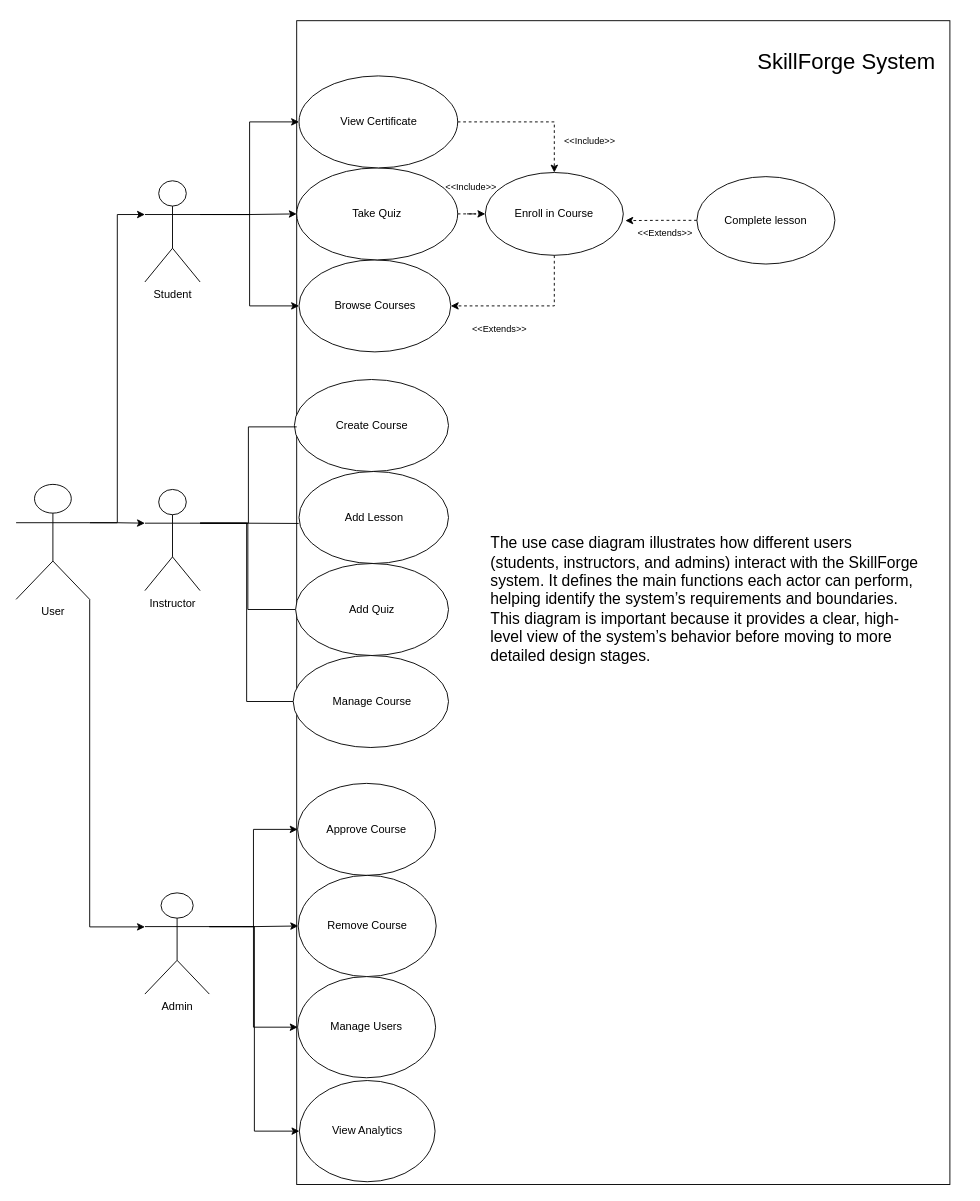
The draw.io diagram drawio/Lab 6 - Use Case.drawio in Mohsen-Amr-Ali/Programming-II-Lab6, before the edit. Source tidied: cells renumbered, new cells numbered last; positions are measured from the earlier drawing's top-left corner, leaving out a move shared by most shapes. Both pictures are drawn from the tidied source at 92%, with x=0, y=0 at pixel (16, 16).
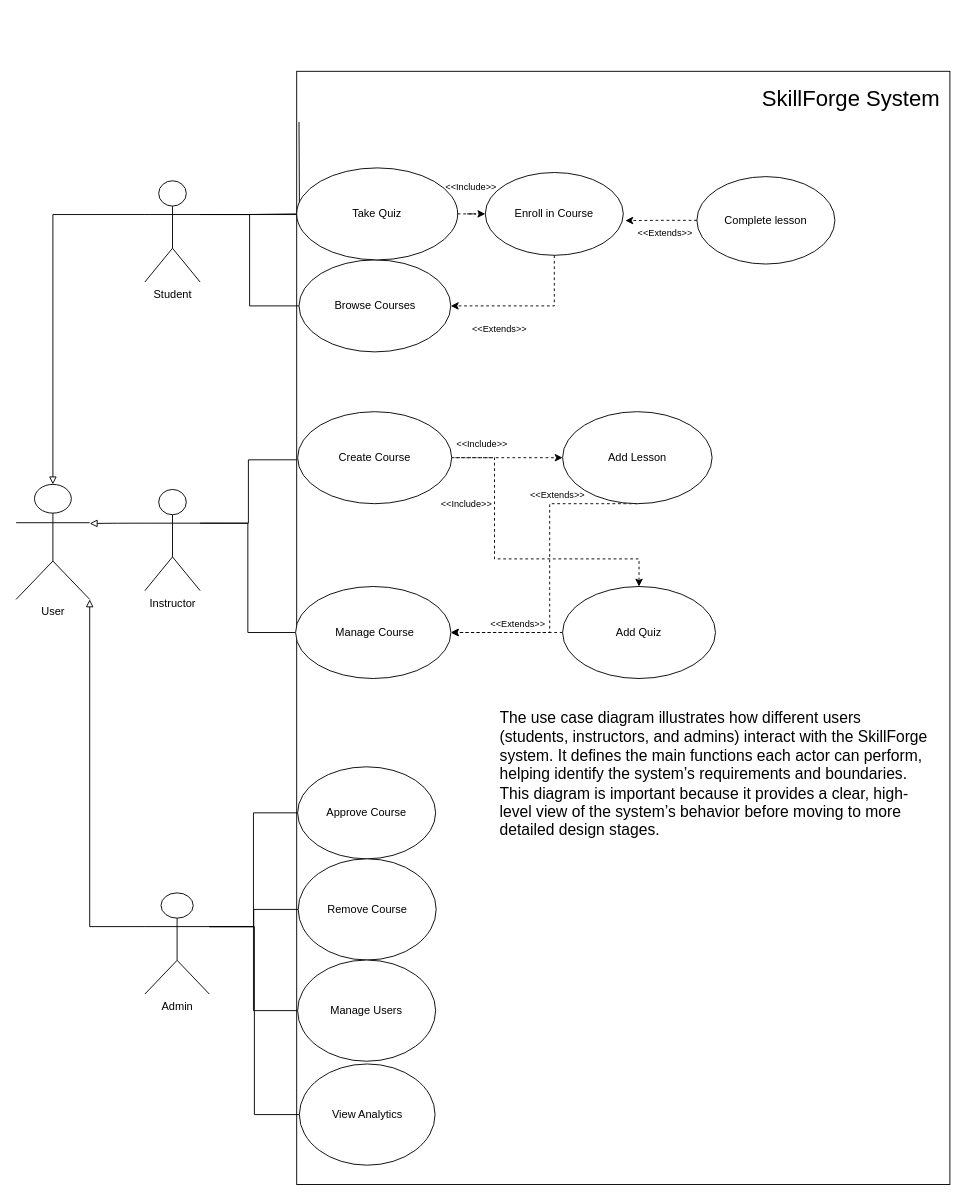
Above is the later version.

Commit message:
updated version - fixed arrow errors

The change refers to these unchanged cells:
```xml
<mxCell id="7" value="Admin" style="shape=umlActor;verticalLabelPosition=bottom;verticalAlign=top;html=1;outlineConnect=0;" parent="1" vertex="1">
  <mxGeometry x="140" y="953" width="70" height="110" as="geometry" />
</mxCell>
<mxCell id="11" value="Student" style="shape=umlActor;verticalLabelPosition=bottom;verticalAlign=top;html=1;outlineConnect=0;" parent="1" vertex="1">
  <mxGeometry x="140" y="179" width="60" height="110" as="geometry" />
</mxCell>
<mxCell id="14" value="Instructor" style="shape=umlActor;verticalLabelPosition=bottom;verticalAlign=top;html=1;outlineConnect=0;" parent="1" vertex="1">
  <mxGeometry x="140" y="514.5" width="60" height="110" as="geometry" />
</mxCell>
<mxCell id="15" value="Browse Courses" style="ellipse;whiteSpace=wrap;html=1;" parent="1" vertex="1">
  <mxGeometry x="307.5" y="265" width="165" height="100" as="geometry" />
</mxCell>
<mxCell id="16" value="Enroll in Course" style="ellipse;whiteSpace=wrap;html=1;" parent="1" vertex="1">
  <mxGeometry x="510" y="170" width="150" height="90" as="geometry" />
</mxCell>
<mxCell id="18" value="Take Quiz" style="ellipse;whiteSpace=wrap;html=1;" parent="1" vertex="1">
  <mxGeometry x="305" y="165" width="175" height="100" as="geometry" />
</mxCell>
<mxCell id="33" value="User" style="shape=umlActor;verticalLabelPosition=bottom;verticalAlign=top;html=1;outlineConnect=0;strokeColor=default;align=center;fontFamily=Helvetica;fontSize=12;fontColor=default;fillColor=default;" parent="1" vertex="1">
  <mxGeometry y="509" width="80" height="125" as="geometry" />
</mxCell>
```

What changed in the source:
```diff
@@
-    <mxCell id="2" style="rounded=0;whiteSpace=wrap;html=1;fillColor=none;glass=1;" parent="1" vertex="1">
-      <mxGeometry x="305" y="5" width="710" height="1265" as="geometry" />
-    </mxCell>
+    <mxCell id="44" style="rounded=0;whiteSpace=wrap;html=1;fillColor=none;glass=1;" parent="1" vertex="1">
+      <mxGeometry x="305" y="60" width="710" height="1210" as="geometry" />
+    </mxCell>
-    <mxCell id="3" style="edgeStyle=orthogonalEdgeStyle;rounded=0;jettySize=auto;html=1;exitX=1;exitY=0.3333333333333333;exitDx=0;exitDy=0;exitPerimeter=0;entryX=0;entryY=0.5;entryDx=0;entryDy=0;fontFamily=Helvetica;fontSize=12;fontColor=default;" parent="1" edge="1" source="7" target="25">
+    <mxCell id="3" style="edgeStyle=orthogonalEdgeStyle;rounded=0;jettySize=auto;html=1;exitX=1;exitY=0.3333333333333333;exitDx=0;exitDy=0;exitPerimeter=0;entryX=0;entryY=0.5;entryDx=0;entryDy=0;fontFamily=Helvetica;fontSize=12;fontColor=default;endArrow=none;endFill=0;" parent="1" edge="1" source="7" target="25">
       <mxGeometry relative="1" as="geometry" />
     </mxCell>
-    <mxCell id="4" style="edgeStyle=orthogonalEdgeStyle;rounded=0;jettySize=auto;html=1;exitX=1;exitY=0.3333333333333333;exitDx=0;exitDy=0;exitPerimeter=0;entryX=0;entryY=0.5;entryDx=0;entryDy=0;fontFamily=Helvetica;fontSize=12;fontColor=default;" parent="1" edge="1" source="7" target="26">
+    <mxCell id="4" style="edgeStyle=orthogonalEdgeStyle;rounded=0;jettySize=auto;html=1;exitX=1;exitY=0.3333333333333333;exitDx=0;exitDy=0;exitPerimeter=0;entryX=0;entryY=0.5;entryDx=0;entryDy=0;fontFamily=Helvetica;fontSize=12;fontColor=default;endArrow=none;endFill=0;" parent="1" edge="1" source="7" target="26">
       <mxGeometry relative="1" as="geometry" />
     </mxCell>
-    <mxCell id="5" style="edgeStyle=orthogonalEdgeStyle;rounded=0;jettySize=auto;html=1;exitX=1;exitY=0.3333333333333333;exitDx=0;exitDy=0;exitPerimeter=0;entryX=0;entryY=0.5;entryDx=0;entryDy=0;fontFamily=Helvetica;fontSize=12;fontColor=default;" parent="1" edge="1" source="7" target="27">
+    <mxCell id="5" style="edgeStyle=orthogonalEdgeStyle;rounded=0;jettySize=auto;html=1;exitX=1;exitY=0.3333333333333333;exitDx=0;exitDy=0;exitPerimeter=0;entryX=0;entryY=0.5;entryDx=0;entryDy=0;fontFamily=Helvetica;fontSize=12;fontColor=default;endArrow=none;endFill=0;" parent="1" edge="1" source="7" target="27">
       <mxGeometry relative="1" as="geometry" />
     </mxCell>
-    <mxCell id="6" style="edgeStyle=orthogonalEdgeStyle;rounded=0;jettySize=auto;html=1;exitX=1;exitY=0.3333333333333333;exitDx=0;exitDy=0;exitPerimeter=0;entryX=0;entryY=0.5;entryDx=0;entryDy=0;fontFamily=Helvetica;fontSize=12;fontColor=default;" parent="1" edge="1" source="7" target="28">
+    <mxCell id="6" style="edgeStyle=orthogonalEdgeStyle;rounded=0;jettySize=auto;html=1;exitX=1;exitY=0.3333333333333333;exitDx=0;exitDy=0;exitPerimeter=0;entryX=0;entryY=0.5;entryDx=0;entryDy=0;fontFamily=Helvetica;fontSize=12;fontColor=default;endArrow=none;endFill=0;" parent="1" edge="1" source="7" target="28">
       <mxGeometry relative="1" as="geometry" />
     </mxCell>
@@
-    <mxCell id="8" style="edgeStyle=orthogonalEdgeStyle;rounded=0;jettySize=auto;html=1;exitX=1;exitY=0.3333333333333333;exitDx=0;exitDy=0;exitPerimeter=0;entryX=0;entryY=0.5;entryDx=0;entryDy=0;fontFamily=Helvetica;fontSize=12;fontColor=default;" parent="1" edge="1" source="11" target="20">
-      <mxGeometry relative="1" as="geometry" />
-    </mxCell>
+    <mxCell id="45" style="edgeStyle=orthogonalEdgeStyle;rounded=0;jettySize=auto;html=1;exitX=1;exitY=0.3333333333333333;exitDx=0;exitDy=0;exitPerimeter=0;entryX=0;entryY=0.5;entryDx=0;entryDy=0;fontFamily=Helvetica;fontSize=12;fontColor=default;endArrow=none;endFill=0;" parent="1" edge="1" source="11">
+      <mxGeometry relative="1" as="geometry">
+        <mxPoint x="307.5" y="115" as="targetPoint" />
+      </mxGeometry>
+    </mxCell>
-    <mxCell id="9" style="edgeStyle=orthogonalEdgeStyle;rounded=0;jettySize=auto;html=1;exitX=1;exitY=0.3333333333333333;exitDx=0;exitDy=0;exitPerimeter=0;fontFamily=Helvetica;fontSize=12;fontColor=default;" parent="1" edge="1" source="11" target="18">
+    <mxCell id="9" style="edgeStyle=orthogonalEdgeStyle;rounded=0;jettySize=auto;html=1;exitX=1;exitY=0.3333333333333333;exitDx=0;exitDy=0;exitPerimeter=0;fontFamily=Helvetica;fontSize=12;fontColor=default;endArrow=none;endFill=0;" parent="1" edge="1" source="11" target="18">
       <mxGeometry relative="1" as="geometry" />
     </mxCell>
-    <mxCell id="10" style="edgeStyle=orthogonalEdgeStyle;rounded=0;jettySize=auto;html=1;exitX=1;exitY=0.3333333333333333;exitDx=0;exitDy=0;exitPerimeter=0;fontFamily=Helvetica;fontSize=12;fontColor=default;" parent="1" edge="1" source="11" target="15">
+    <mxCell id="10" style="edgeStyle=orthogonalEdgeStyle;rounded=0;jettySize=auto;html=1;exitX=1;exitY=0.3333333333333333;exitDx=0;exitDy=0;exitPerimeter=0;fontFamily=Helvetica;fontSize=12;fontColor=default;endArrow=none;endFill=0;" parent="1" edge="1" source="11" target="15">
       <mxGeometry relative="1" as="geometry" />
     </mxCell>
@@
-    <mxCell id="12" style="edgeStyle=orthogonalEdgeStyle;rounded=0;jettySize=auto;html=1;exitX=1;exitY=0.3333333333333333;exitDx=0;exitDy=0;exitPerimeter=0;entryX=0;entryY=0.5;entryDx=0;entryDy=0;fontFamily=Helvetica;fontSize=12;fontColor=default;endArrow=none;endFill=0;" parent="1" edge="1" source="14" target="23">
-      <mxGeometry relative="1" as="geometry" />
-    </mxCell>
@@
+    <mxCell id="46" style="edgeStyle=orthogonalEdgeStyle;rounded=0;jettySize=auto;html=1;exitX=0;exitY=0.3333333333333333;exitDx=0;exitDy=0;exitPerimeter=0;endArrow=block;endFill=0;" parent="1" edge="1" source="14">
+      <mxGeometry relative="1" as="geometry">
+        <mxPoint x="80" y="551.5" as="targetPoint" />
+      </mxGeometry>
+    </mxCell>
@@
-    <mxCell id="19" style="edgeStyle=orthogonalEdgeStyle;rounded=0;jettySize=auto;html=1;exitX=1;exitY=0.5;exitDx=0;exitDy=0;dashed=1;" parent="1" edge="1" source="20" target="16">
-      <mxGeometry relative="1" as="geometry" />
-    </mxCell>
-    <mxCell id="20" value="View Certificate" style="ellipse;whiteSpace=wrap;html=1;" parent="1" vertex="1">
-      <mxGeometry x="307.5" y="65" width="172.5" height="100" as="geometry" />
-    </mxCell>
+    <mxCell id="47" style="edgeStyle=orthogonalEdgeStyle;rounded=0;jettySize=auto;html=1;exitX=1;exitY=0.5;exitDx=0;exitDy=0;entryX=0;entryY=0.5;entryDx=0;entryDy=0;dashed=1;" parent="1" edge="1" source="21" target="22">
+      <mxGeometry relative="1" as="geometry">
+        <Array as="points">
+          <mxPoint x="560" y="480" />
+          <mxPoint x="560" y="480" />
+        </Array>
+      </mxGeometry>
+    </mxCell>
+    <mxCell id="48" style="edgeStyle=orthogonalEdgeStyle;rounded=0;jettySize=auto;html=1;exitX=1;exitY=0.5;exitDx=0;exitDy=0;entryX=0.5;entryY=0;entryDx=0;entryDy=0;dashed=1;" parent="1" edge="1" target="23">
+      <mxGeometry relative="1" as="geometry">
+        <mxPoint x="477.5" y="480" as="sourcePoint" />
+        <Array as="points">
+          <mxPoint x="520" y="480" />
+          <mxPoint x="520" y="590" />
+          <mxPoint x="677" y="590" />
+        </Array>
+      </mxGeometry>
+    </mxCell>
     <mxCell id="21" value="Create Course" style="ellipse;whiteSpace=wrap;html=1;strokeColor=default;align=center;verticalAlign=middle;fontFamily=Helvetica;fontSize=12;fontColor=default;fillColor=default;" parent="1" vertex="1">
-      <mxGeometry x="302.5" y="395" width="167.5" height="100" as="geometry" />
+      <mxGeometry x="306" y="430" width="167.5" height="100" as="geometry" />
     </mxCell>
+    <mxCell id="49" style="edgeStyle=orthogonalEdgeStyle;rounded=0;jettySize=auto;html=1;exitX=0.5;exitY=1;exitDx=0;exitDy=0;entryX=1;entryY=0.5;entryDx=0;entryDy=0;dashed=1;" parent="1" edge="1" source="22" target="24">
+      <mxGeometry relative="1" as="geometry">
+        <Array as="points">
+          <mxPoint x="580" y="530" />
+          <mxPoint x="580" y="670" />
+        </Array>
+      </mxGeometry>
+    </mxCell>
     <mxCell id="22" value="Add Lesson" style="ellipse;whiteSpace=wrap;html=1;" parent="1" vertex="1">
-      <mxGeometry x="307.5" y="495" width="162.5" height="100" as="geometry" />
+      <mxGeometry x="594" y="430" width="162.5" height="100" as="geometry" />
     </mxCell>
+    <mxCell id="50" style="edgeStyle=orthogonalEdgeStyle;rounded=0;jettySize=auto;html=1;exitX=0;exitY=0.5;exitDx=0;exitDy=0;entryX=1;entryY=0.5;entryDx=0;entryDy=0;dashed=1;" parent="1" edge="1" source="23" target="24">
+      <mxGeometry relative="1" as="geometry" />
+    </mxCell>
     <mxCell id="23" value="Add Quiz" style="ellipse;whiteSpace=wrap;html=1;" parent="1" vertex="1">
-      <mxGeometry x="303.8" y="595" width="166.2" height="100" as="geometry" />
+      <mxGeometry x="594" y="620" width="166.2" height="100" as="geometry" />
     </mxCell>
     <mxCell id="24" value="&amp;nbsp;Manage Course" style="ellipse;whiteSpace=wrap;html=1;" parent="1" vertex="1">
-      <mxGeometry x="301.2" y="695" width="168.8" height="100" as="geometry" />
+      <mxGeometry x="303.8" y="620" width="168.8" height="100" as="geometry" />
     </mxCell>
     <mxCell id="25" value="Approve Course" style="ellipse;whiteSpace=wrap;html=1;strokeColor=default;align=center;verticalAlign=middle;fontFamily=Helvetica;fontSize=12;fontColor=default;fillColor=default;" parent="1" vertex="1">
-      <mxGeometry x="306" y="834" width="150" height="100" as="geometry" />
+      <mxGeometry x="306" y="816" width="150" height="100" as="geometry" />
     </mxCell>
     <mxCell id="26" value="Remove Course" style="ellipse;whiteSpace=wrap;html=1;" parent="1" vertex="1">
-      <mxGeometry x="306.6" y="934" width="150" height="110" as="geometry" />
+      <mxGeometry x="306.6" y="916" width="150" height="110" as="geometry" />
     </mxCell>
     <mxCell id="27" value="Manage Users" style="ellipse;whiteSpace=wrap;html=1;" parent="1" vertex="1">
-      <mxGeometry x="306" y="1044" width="150" height="110" as="geometry" />
+      <mxGeometry x="306" y="1026" width="150" height="110" as="geometry" />
     </mxCell>
     <mxCell id="28" value="View Analytics" style="ellipse;whiteSpace=wrap;html=1;" parent="1" vertex="1">
-      <mxGeometry x="307.9" y="1157" width="147.5" height="110" as="geometry" />
+      <mxGeometry x="307.9" y="1139" width="147.5" height="110" as="geometry" />
     </mxCell>
     <mxCell id="29" value="&lt;font style=&quot;font-size: 24px;&quot;&gt;SkillForge System&lt;/font&gt;" style="text;strokeColor=none;fillColor=none;align=left;verticalAlign=middle;spacingLeft=4;spacingRight=4;overflow=hidden;whiteSpace=wrap;html=1;" parent="1" vertex="1">
-      <mxGeometry x="800" width="225" height="100" as="geometry" />
+      <mxGeometry x="805" y="40" width="225" height="100" as="geometry" />
     </mxCell>
@@
-    <mxCell id="32" style="edgeStyle=orthogonalEdgeStyle;rounded=0;jettySize=auto;html=1;exitX=1;exitY=1;exitDx=0;exitDy=0;exitPerimeter=0;fontFamily=Helvetica;fontSize=12;fontColor=default;" parent="1" edge="1" source="33" target="7">
-      <mxGeometry relative="1" as="geometry">
-        <Array as="points">
-          <mxPoint x="80" y="990" />
-        </Array>
-      </mxGeometry>
-    </mxCell>
@@
-    <mxCell id="34" style="edgeStyle=orthogonalEdgeStyle;rounded=0;jettySize=auto;html=1;exitX=1;exitY=0.3333333333333333;exitDx=0;exitDy=0;exitPerimeter=0;entryX=0;entryY=0.349;entryDx=0;entryDy=0;entryPerimeter=0;fontFamily=Helvetica;fontSize=12;fontColor=default;endArrow=none;endFill=0;" parent="1" edge="1" source="14" target="2">
-      <mxGeometry relative="1" as="geometry" />
-    </mxCell>
-    <mxCell id="35" style="edgeStyle=orthogonalEdgeStyle;rounded=0;jettySize=auto;html=1;exitX=1;exitY=0.3333333333333333;exitDx=0;exitDy=0;exitPerimeter=0;entryX=0.003;entryY=0.432;entryDx=0;entryDy=0;entryPerimeter=0;fontFamily=Helvetica;fontSize=12;fontColor=default;endArrow=none;endFill=0;" parent="1" edge="1" source="14" target="2">
-      <mxGeometry relative="1" as="geometry" />
-    </mxCell>
-    <mxCell id="36" value="&lt;font style=&quot;font-size: 10px;&quot;&gt;&amp;lt;&amp;lt;Include&amp;gt;&amp;gt;&lt;/font&gt;" style="text;strokeColor=none;fillColor=none;align=left;verticalAlign=middle;spacingLeft=4;spacingRight=4;overflow=hidden;whiteSpace=wrap;html=1;fontFamily=Helvetica;fontSize=12;fontColor=default;" parent="1" vertex="1">
-      <mxGeometry x="590" y="120" width="80" height="30" as="geometry" />
-    </mxCell>
+    <mxCell id="51" style="edgeStyle=orthogonalEdgeStyle;rounded=0;jettySize=auto;html=1;exitX=1;exitY=0.3333333333333333;exitDx=0;exitDy=0;exitPerimeter=0;entryX=0;entryY=0.349;entryDx=0;entryDy=0;entryPerimeter=0;fontFamily=Helvetica;fontSize=12;fontColor=default;endArrow=none;endFill=0;" parent="1" edge="1" source="14" target="44">
+      <mxGeometry relative="1" as="geometry" />
+    </mxCell>
@@
-    <mxCell id="39" style="edgeStyle=orthogonalEdgeStyle;rounded=0;jettySize=auto;html=1;exitX=1;exitY=0.3333333333333333;exitDx=0;exitDy=0;exitPerimeter=0;entryX=0;entryY=0.3333333333333333;entryDx=0;entryDy=0;entryPerimeter=0;fontFamily=Helvetica;fontSize=12;fontColor=default;" parent="1" edge="1" source="33" target="14">
-      <mxGeometry relative="1" as="geometry" />
-    </mxCell>
-    <mxCell id="40" style="edgeStyle=orthogonalEdgeStyle;rounded=0;jettySize=auto;html=1;exitX=1;exitY=0.3333333333333333;exitDx=0;exitDy=0;exitPerimeter=0;entryX=0;entryY=0.3333333333333333;entryDx=0;entryDy=0;entryPerimeter=0;fontFamily=Helvetica;fontSize=12;fontColor=default;" parent="1" edge="1" source="33" target="11">
-      <mxGeometry relative="1" as="geometry" />
-    </mxCell>
@@
     <mxCell id="43" value="&lt;font style=&quot;font-size: 17px;&quot;&gt;The use case diagram illustrates how different users (students, instructors, and admins) interact with the SkillForge system. It defines the main functions each actor can perform, helping identify the system’s requirements and boundaries. This diagram is important because it provides a clear, high-level view of the system’s behavior before moving to more detailed design stages.&lt;/font&gt;" style="text;strokeColor=none;fillColor=none;align=left;verticalAlign=middle;spacingLeft=4;spacingRight=4;overflow=hidden;whiteSpace=wrap;html=1;" parent="1" vertex="1">
-      <mxGeometry x="510" y="540" width="480" height="190" as="geometry" />
+      <mxGeometry x="520" y="730" width="480" height="190" as="geometry" />
     </mxCell>
+    <mxCell id="52" style="edgeStyle=orthogonalEdgeStyle;rounded=0;jettySize=auto;html=1;exitX=0;exitY=0.3333333333333333;exitDx=0;exitDy=0;exitPerimeter=0;endArrow=block;endFill=0;entryX=1;entryY=1;entryDx=0;entryDy=0;entryPerimeter=0;" parent="1" edge="1" source="7" target="33">
+      <mxGeometry relative="1" as="geometry">
+        <Array as="points">
+          <mxPoint x="80" y="990" />
+        </Array>
+      </mxGeometry>
+    </mxCell>
+    <mxCell id="53" style="edgeStyle=orthogonalEdgeStyle;rounded=0;jettySize=auto;html=1;exitX=0;exitY=0.3333333333333333;exitDx=0;exitDy=0;exitPerimeter=0;entryX=0.5;entryY=0;entryDx=0;entryDy=0;entryPerimeter=0;endArrow=block;endFill=0;" parent="1" edge="1" source="11" target="33">
+      <mxGeometry relative="1" as="geometry">
+        <Array as="points">
+          <mxPoint x="40" y="216" />
+        </Array>
+      </mxGeometry>
+    </mxCell>
+    <mxCell id="54" value="&lt;font style=&quot;font-size: 10px;&quot;&gt;&amp;lt;&amp;lt;Include&amp;gt;&amp;gt;&lt;/font&gt;" style="text;strokeColor=none;fillColor=none;align=left;verticalAlign=middle;spacingLeft=4;spacingRight=4;overflow=hidden;whiteSpace=wrap;html=1;fontFamily=Helvetica;fontSize=12;fontColor=default;" parent="1" vertex="1">
+      <mxGeometry x="472.5" y="450" width="80" height="30" as="geometry" />
+    </mxCell>
+    <mxCell id="55" value="&lt;font style=&quot;font-size: 10px;&quot;&gt;&amp;lt;&amp;lt;Extends&amp;gt;&amp;gt;&lt;/font&gt;" style="text;strokeColor=none;fillColor=none;align=left;verticalAlign=middle;spacingLeft=4;spacingRight=4;overflow=hidden;whiteSpace=wrap;html=1;fontFamily=Helvetica;fontSize=12;fontColor=default;" parent="1" vertex="1">
+      <mxGeometry x="510" y="650" width="70" height="20" as="geometry" />
+    </mxCell>
+    <mxCell id="56" value="&lt;font style=&quot;font-size: 10px;&quot;&gt;&amp;lt;&amp;lt;Extends&amp;gt;&amp;gt;&lt;/font&gt;" style="text;strokeColor=none;fillColor=none;align=left;verticalAlign=middle;spacingLeft=4;spacingRight=4;overflow=hidden;whiteSpace=wrap;html=1;fontFamily=Helvetica;fontSize=12;fontColor=default;" parent="1" vertex="1">
+      <mxGeometry x="552.5" y="510" width="70" height="20" as="geometry" />
+    </mxCell>
+    <mxCell id="57" value="&lt;font style=&quot;font-size: 10px;&quot;&gt;&amp;lt;&amp;lt;Include&amp;gt;&amp;gt;&lt;/font&gt;" style="text;strokeColor=none;fillColor=none;align=left;verticalAlign=middle;spacingLeft=4;spacingRight=4;overflow=hidden;whiteSpace=wrap;html=1;fontFamily=Helvetica;fontSize=12;fontColor=default;" parent="1" vertex="1">
+      <mxGeometry x="456" y="514.5" width="80" height="30" as="geometry" />
+    </mxCell>
```
